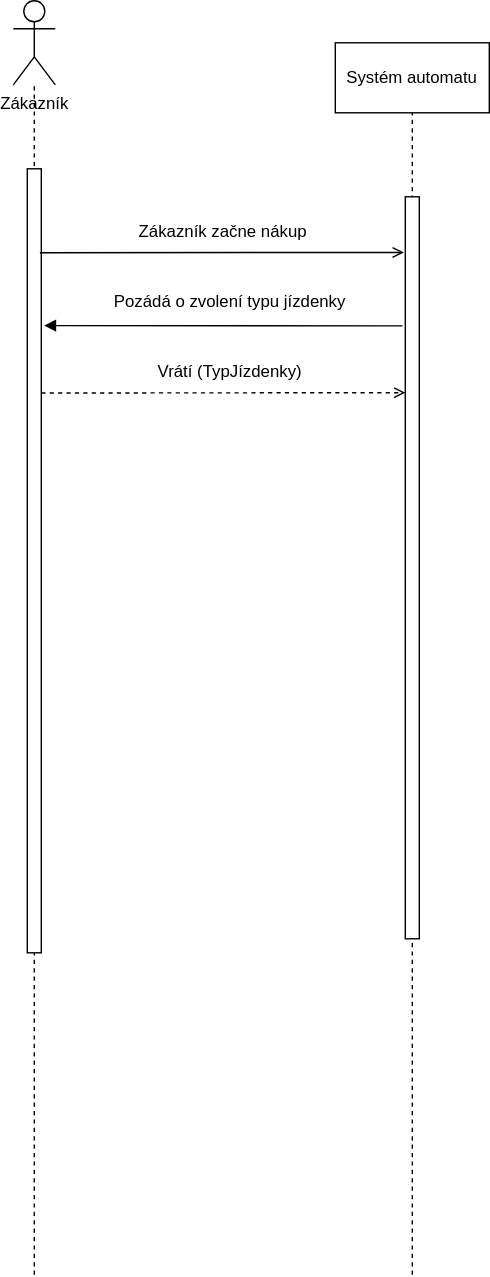
This is Automat na jizdenky.svg from TomasKelbasa/diagrams.net, a draw.io export, as it was before one commit. Source tidied: cells renumbered, new cells last; positions are measured from the earlier drawing's top-left corner, leaving out a move shared by most shapes. Its diagram source:
```xml
<mxGraphModel>
  <root>
    <mxCell id="0" />
    <mxCell id="1" parent="0" />
    <mxCell id="2" value="Systém automatu" style="rounded=0;whiteSpace=wrap;html=1;" parent="1" vertex="1">
      <mxGeometry x="230" y="30" width="110" height="50" as="geometry" />
    </mxCell>
    <mxCell id="3" value="Zákazník" style="shape=umlActor;verticalLabelPosition=bottom;verticalAlign=top;html=1;outlineConnect=0;" parent="1" vertex="1">
      <mxGeometry width="30" height="60" as="geometry" />
    </mxCell>
    <mxCell id="4" style="endArrow=none;dashed=1;html=1;rounded=0;" parent="1" edge="1" target="3">
      <mxGeometry relative="1" as="geometry">
        <mxPoint x="15" y="910" as="sourcePoint" />
      </mxGeometry>
    </mxCell>
    <mxCell id="5" style="endArrow=none;dashed=1;html=1;rounded=0;entryX=0.5;entryY=1;entryDx=0;entryDy=0;" parent="1" edge="1" target="2">
      <mxGeometry relative="1" as="geometry">
        <mxPoint x="285" y="910" as="sourcePoint" />
      </mxGeometry>
    </mxCell>
    <mxCell id="6" style="rounded=0;whiteSpace=wrap;html=1;" parent="1" vertex="1">
      <mxGeometry x="10" y="120" width="10" height="560" as="geometry" />
    </mxCell>
    <mxCell id="7" style="endArrow=open;html=1;rounded=0;exitX=0.9;exitY=0.107;exitDx=0;exitDy=0;exitPerimeter=0;endFill=0;entryX=-0.1;entryY=0.075;entryDx=0;entryDy=0;entryPerimeter=0;" parent="1" edge="1" source="6" target="9">
      <mxGeometry relative="1" as="geometry" />
    </mxCell>
    <mxCell id="8" value="Zákazník začne nákup" style="text;html=1;strokeColor=none;fillColor=none;align=center;verticalAlign=middle;whiteSpace=wrap;rounded=0;" parent="1" vertex="1">
      <mxGeometry x="70" y="150" width="160" height="30" as="geometry" />
    </mxCell>
    <mxCell id="9" style="rounded=0;whiteSpace=wrap;html=1;" parent="1" vertex="1">
      <mxGeometry x="280" y="140" width="10" height="530" as="geometry" />
    </mxCell>
    <mxCell id="10" style="endArrow=block;html=1;rounded=0;entryX=1.2;entryY=0.2;entryDx=0;entryDy=0;entryPerimeter=0;exitX=-0.2;exitY=0.174;exitDx=0;exitDy=0;exitPerimeter=0;endFill=1;" parent="1" edge="1" source="9" target="6">
      <mxGeometry relative="1" as="geometry" />
    </mxCell>
    <mxCell id="11" value="Pozádá o zvolení typu jízdenky" style="text;html=1;strokeColor=none;fillColor=none;align=center;verticalAlign=middle;whiteSpace=wrap;rounded=0;" parent="1" vertex="1">
      <mxGeometry x="70" y="200" width="170" height="30" as="geometry" />
    </mxCell>
    <mxCell id="12" style="endArrow=open;html=1;rounded=0;exitX=1;exitY=0.286;exitDx=0;exitDy=0;exitPerimeter=0;endFill=0;entryX=0;entryY=0.264;entryDx=0;entryDy=0;entryPerimeter=0;dashed=1;" parent="1" edge="1" source="6" target="9">
      <mxGeometry relative="1" as="geometry" />
    </mxCell>
    <mxCell id="13" value="Vrátí (TypJízdenky)" style="text;html=1;strokeColor=none;fillColor=none;align=center;verticalAlign=middle;whiteSpace=wrap;rounded=0;" parent="1" vertex="1">
      <mxGeometry x="95" y="250" width="120" height="30" as="geometry" />
    </mxCell>
  </root>
</mxGraphModel>
```
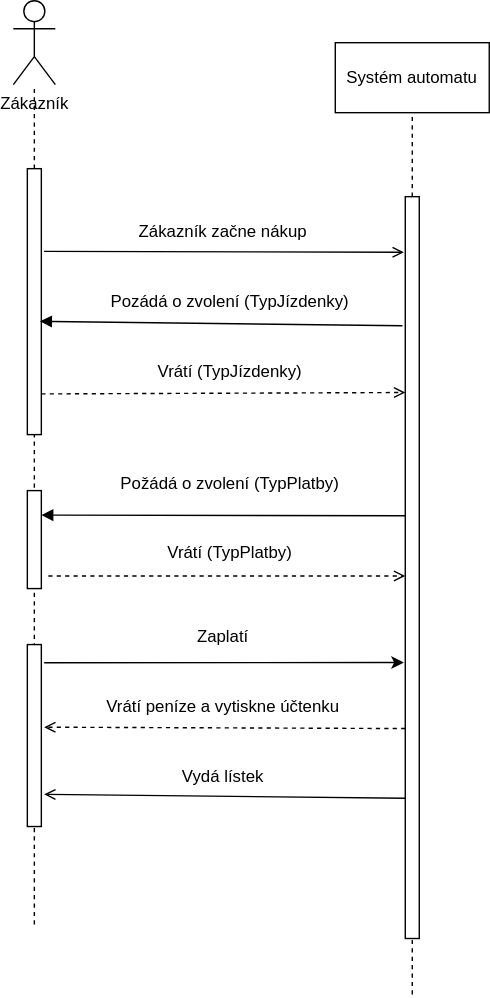
The same diagram one commit later.

The edit, as a diff of the source:
```diff
@@ -10,18 +10,18 @@
     </mxCell>
     <mxCell id="4" style="endArrow=none;dashed=1;html=1;rounded=0;" parent="1" edge="1" target="3">
       <mxGeometry relative="1" as="geometry">
-        <mxPoint x="15" y="910" as="sourcePoint" />
+        <mxPoint x="15" y="660" as="sourcePoint" />
       </mxGeometry>
     </mxCell>
     <mxCell id="5" style="endArrow=none;dashed=1;html=1;rounded=0;entryX=0.5;entryY=1;entryDx=0;entryDy=0;" parent="1" edge="1" target="2">
       <mxGeometry relative="1" as="geometry">
-        <mxPoint x="285" y="910" as="sourcePoint" />
+        <mxPoint x="285" y="710" as="sourcePoint" />
       </mxGeometry>
     </mxCell>
     <mxCell id="6" style="rounded=0;whiteSpace=wrap;html=1;" parent="1" vertex="1">
-      <mxGeometry x="10" y="120" width="10" height="560" as="geometry" />
+      <mxGeometry x="10" y="120" width="10" height="190" as="geometry" />
     </mxCell>
-    <mxCell id="7" style="endArrow=open;html=1;rounded=0;exitX=0.9;exitY=0.107;exitDx=0;exitDy=0;exitPerimeter=0;endFill=0;entryX=-0.1;entryY=0.075;entryDx=0;entryDy=0;entryPerimeter=0;" parent="1" edge="1" source="6" target="9">
+    <mxCell id="7" style="endArrow=open;html=1;rounded=0;exitX=1.2;exitY=0.311;exitDx=0;exitDy=0;exitPerimeter=0;endFill=0;entryX=-0.1;entryY=0.075;entryDx=0;entryDy=0;entryPerimeter=0;" parent="1" edge="1" source="6" target="9">
       <mxGeometry relative="1" as="geometry" />
     </mxCell>
     <mxCell id="8" value="Zákazník začne nákup" style="text;html=1;strokeColor=none;fillColor=none;align=center;verticalAlign=middle;whiteSpace=wrap;rounded=0;" parent="1" vertex="1">
@@ -30,17 +30,59 @@
     <mxCell id="9" style="rounded=0;whiteSpace=wrap;html=1;" parent="1" vertex="1">
       <mxGeometry x="280" y="140" width="10" height="530" as="geometry" />
     </mxCell>
-    <mxCell id="10" style="endArrow=block;html=1;rounded=0;entryX=1.2;entryY=0.2;entryDx=0;entryDy=0;entryPerimeter=0;exitX=-0.2;exitY=0.174;exitDx=0;exitDy=0;exitPerimeter=0;endFill=1;" parent="1" edge="1" source="9" target="6">
+    <mxCell id="10" style="endArrow=block;html=1;rounded=0;entryX=0.9;entryY=0.574;entryDx=0;entryDy=0;entryPerimeter=0;exitX=-0.2;exitY=0.174;exitDx=0;exitDy=0;exitPerimeter=0;endFill=1;" parent="1" edge="1" source="9" target="6">
       <mxGeometry relative="1" as="geometry" />
     </mxCell>
-    <mxCell id="11" value="Pozádá o zvolení typu jízdenky" style="text;html=1;strokeColor=none;fillColor=none;align=center;verticalAlign=middle;whiteSpace=wrap;rounded=0;" parent="1" vertex="1">
-      <mxGeometry x="70" y="200" width="170" height="30" as="geometry" />
+    <mxCell id="11" value="Pozádá o zvolení (TypJízdenky)" style="text;html=1;strokeColor=none;fillColor=none;align=center;verticalAlign=middle;whiteSpace=wrap;rounded=0;" parent="1" vertex="1">
+      <mxGeometry x="60" y="200" width="190" height="30" as="geometry" />
     </mxCell>
-    <mxCell id="12" style="endArrow=open;html=1;rounded=0;exitX=1;exitY=0.286;exitDx=0;exitDy=0;exitPerimeter=0;endFill=0;entryX=0;entryY=0.264;entryDx=0;entryDy=0;entryPerimeter=0;dashed=1;" parent="1" edge="1" source="6" target="9">
+    <mxCell id="12" style="endArrow=open;html=1;rounded=0;exitX=1;exitY=0.847;exitDx=0;exitDy=0;exitPerimeter=0;endFill=0;entryX=0;entryY=0.264;entryDx=0;entryDy=0;entryPerimeter=0;dashed=1;" parent="1" edge="1" source="6" target="9">
       <mxGeometry relative="1" as="geometry" />
     </mxCell>
     <mxCell id="13" value="Vrátí (TypJízdenky)" style="text;html=1;strokeColor=none;fillColor=none;align=center;verticalAlign=middle;whiteSpace=wrap;rounded=0;" parent="1" vertex="1">
       <mxGeometry x="95" y="250" width="120" height="30" as="geometry" />
     </mxCell>
+    <mxCell id="14" style="rounded=0;whiteSpace=wrap;html=1;" parent="1" vertex="1">
+      <mxGeometry x="10" y="350" width="10" height="70" as="geometry" />
+    </mxCell>
+    <mxCell id="15" style="endArrow=block;html=1;rounded=0;entryX=1;entryY=0.25;entryDx=0;entryDy=0;endFill=1;" parent="1" edge="1" target="14">
+      <mxGeometry relative="1" as="geometry">
+        <mxPoint x="280" y="368" as="sourcePoint" />
+      </mxGeometry>
+    </mxCell>
+    <mxCell id="16" value="Požádá o zvolení (TypPlatby)" style="text;html=1;strokeColor=none;fillColor=none;align=center;verticalAlign=middle;whiteSpace=wrap;rounded=0;" parent="1" vertex="1">
+      <mxGeometry x="55" y="330" width="200" height="30" as="geometry" />
+    </mxCell>
+    <mxCell id="17" style="endArrow=open;html=1;rounded=0;exitX=1.5;exitY=0.871;exitDx=0;exitDy=0;endFill=0;dashed=1;exitPerimeter=0;" parent="1" edge="1" source="14">
+      <mxGeometry relative="1" as="geometry">
+        <mxPoint x="280" y="411" as="targetPoint" />
+      </mxGeometry>
+    </mxCell>
+    <mxCell id="18" value="Vrátí (TypPlatby)" style="text;html=1;strokeColor=none;fillColor=none;align=center;verticalAlign=middle;whiteSpace=wrap;rounded=0;" parent="1" vertex="1">
+      <mxGeometry x="95" y="380" width="120" height="30" as="geometry" />
+    </mxCell>
+    <mxCell id="19" style="rounded=0;whiteSpace=wrap;html=1;" parent="1" vertex="1">
+      <mxGeometry x="10" y="460" width="10" height="130" as="geometry" />
+    </mxCell>
+    <mxCell id="20" style="endArrow=classic;html=1;rounded=0;exitX=1.2;exitY=0.1;exitDx=0;exitDy=0;exitPerimeter=0;entryX=-0.1;entryY=0.628;entryDx=0;entryDy=0;entryPerimeter=0;" parent="1" edge="1" source="19" target="9">
+      <mxGeometry relative="1" as="geometry" />
+    </mxCell>
+    <mxCell id="21" value="Zaplatí" style="text;html=1;strokeColor=none;fillColor=none;align=center;verticalAlign=middle;whiteSpace=wrap;rounded=0;" parent="1" vertex="1">
+      <mxGeometry x="120" y="440" width="60" height="30" as="geometry" />
+    </mxCell>
+    <mxCell id="22" style="endArrow=open;html=1;rounded=0;entryX=1.2;entryY=0.454;entryDx=0;entryDy=0;entryPerimeter=0;dashed=1;endFill=0;" parent="1" edge="1" target="19">
+      <mxGeometry relative="1" as="geometry">
+        <mxPoint x="280" y="520" as="sourcePoint" />
+      </mxGeometry>
+    </mxCell>
+    <mxCell id="23" value="Vrátí peníze a vytiskne účtenku" style="text;html=1;strokeColor=none;fillColor=none;align=center;verticalAlign=middle;whiteSpace=wrap;rounded=0;" parent="1" vertex="1">
+      <mxGeometry x="65" y="490" width="170" height="30" as="geometry" />
+    </mxCell>
+    <mxCell id="24" style="endArrow=open;html=1;rounded=0;exitX=0;exitY=0.811;exitDx=0;exitDy=0;exitPerimeter=0;entryX=1.2;entryY=0.823;entryDx=0;entryDy=0;entryPerimeter=0;endFill=0;" parent="1" edge="1" source="9" target="19">
+      <mxGeometry relative="1" as="geometry" />
+    </mxCell>
+    <mxCell id="25" value="Vydá lístek" style="text;html=1;strokeColor=none;fillColor=none;align=center;verticalAlign=middle;whiteSpace=wrap;rounded=0;" parent="1" vertex="1">
+      <mxGeometry x="105" y="540" width="90" height="30" as="geometry" />
+    </mxCell>
   </root>
 </mxGraphModel>
```
